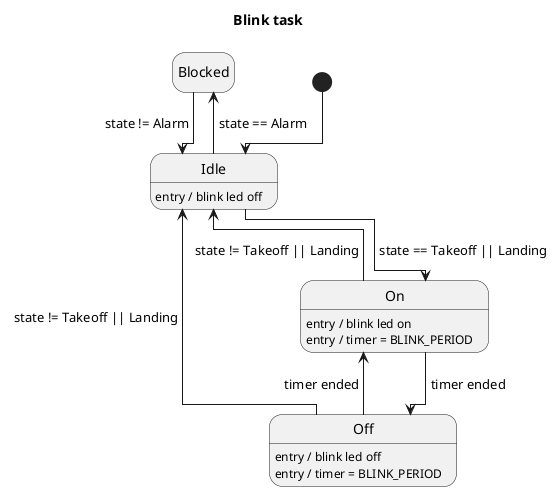
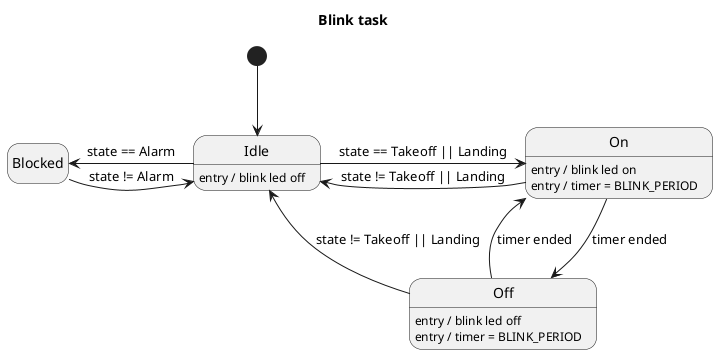
@startuml BlinkTask
- !pragma layout elk
hide empty description

title "Blink task"

state start <<start>>

state "Idle" as idle
idle : entry / blink led off

state "Blocked" as blocked

state "On" as on
on : entry / blink led on
on : entry / timer = BLINK_PERIOD

state "Off" as off
off : entry / blink led off
off : entry / timer = BLINK_PERIOD

start -d-> idle

idle -l-> blocked : state == Alarm
blocked -r-> idle : state != Alarm

idle -r-> on : state == Takeoff || Landing

on -d-> off : timer ended
off -u-> on : timer ended

on -l-> idle : state != Takeoff || Landing
off -l-> idle : state != Takeoff || Landing

@enduml
